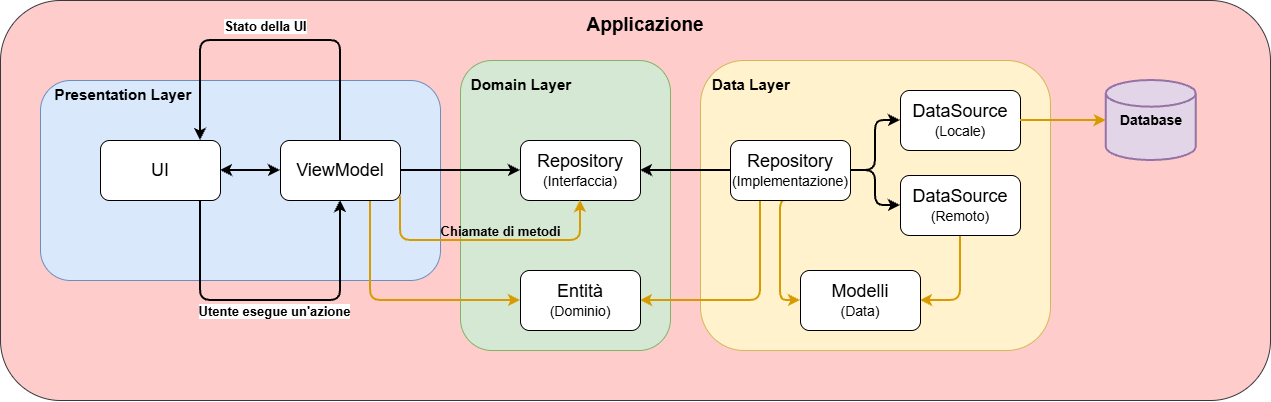
This is images/app-architecture.png from Scafu/CS_thesis, a draw.io export, as it was before one commit. Source tidied: cells renumbered, new cells last; positions are measured from the earlier drawing's top-left corner, leaving out a move shared by most shapes.
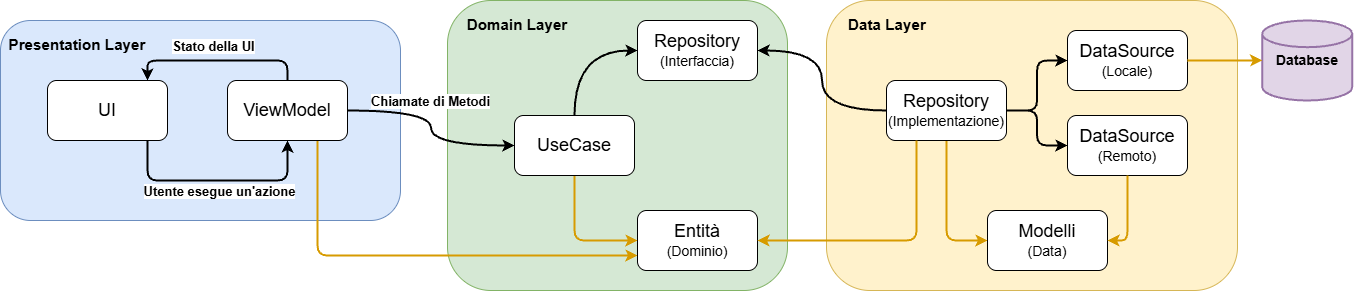
Later version of the same file.

Diff of the diagram source:
```diff
@@ -2,20 +2,17 @@
   <root>
     <mxCell id="0" />
     <mxCell id="1" parent="0" />
-    <mxCell id="2" style="rounded=1;whiteSpace=wrap;html=1;fillColor=#ffcccc;strokeColor=#36393d;" parent="1" vertex="1">
-      <mxGeometry width="1270" height="400" as="geometry" />
-    </mxCell>
     <mxCell id="3" style="rounded=1;whiteSpace=wrap;html=1;fillColor=#dae8fc;strokeColor=#6c8ebf;" parent="1" vertex="1">
-      <mxGeometry x="40" y="80" width="400" height="200" as="geometry" />
+      <mxGeometry x="53" y="80" width="400" height="200" as="geometry" />
     </mxCell>
     <mxCell id="4" style="rounded=1;whiteSpace=wrap;html=1;fillColor=#d5e8d4;strokeColor=#82b366;" parent="1" vertex="1">
-      <mxGeometry x="460" y="60" width="210" height="290" as="geometry" />
+      <mxGeometry x="500" y="60" width="340" height="290" as="geometry" />
     </mxCell>
     <mxCell id="5" style="edgeStyle=orthogonalEdgeStyle;rounded=1;jettySize=auto;html=1;entryX=0.5;entryY=1;entryDx=0;entryDy=0;curved=0;strokeWidth=2;" parent="1" edge="1" source="7" target="12">
       <mxGeometry relative="1" as="geometry">
         <Array as="points">
-          <mxPoint x="200" y="300" />
-          <mxPoint x="340" y="300" />
+          <mxPoint x="200" y="240" />
+          <mxPoint x="340" y="240" />
         </Array>
       </mxGeometry>
     </mxCell>
@@ -28,14 +25,14 @@
       <mxGeometry x="100" y="140" width="120" height="60" as="geometry" />
     </mxCell>
     <mxCell id="8" value="&lt;h3&gt;Presentation Layer&lt;/h3&gt;" style="text;html=1;whiteSpace=wrap;strokeColor=none;fillColor=none;align=center;verticalAlign=middle;rounded=0;fontSize=13;" parent="1" vertex="1">
-      <mxGeometry x="53" y="80" width="140" height="30" as="geometry" />
+      <mxGeometry x="60" y="90" width="140" height="30" as="geometry" />
     </mxCell>
     <mxCell id="9" style="edgeStyle=orthogonalEdgeStyle;rounded=1;jettySize=auto;html=1;strokeWidth=2;curved=0;" parent="1" edge="1" source="12">
       <mxGeometry relative="1" as="geometry">
         <mxPoint x="200" y="140" as="targetPoint" />
         <Array as="points">
-          <mxPoint x="340" y="40" />
-          <mxPoint x="200" y="40" />
+          <mxPoint x="340" y="120" />
+          <mxPoint x="200" y="120" />
         </Array>
       </mxGeometry>
     </mxCell>
@@ -44,91 +41,86 @@
         <mxPoint x="-3" y="-9" as="offset" />
       </mxGeometry>
     </mxCell>
-    <mxCell id="11" style="edgeStyle=orthogonalEdgeStyle;rounded=1;jettySize=auto;html=1;exitX=0.75;exitY=1;exitDx=0;exitDy=0;entryX=0;entryY=0.5;entryDx=0;entryDy=0;curved=0;fillColor=#ffe6cc;strokeColor=#d79b00;strokeWidth=2;" parent="1" edge="1" source="12" target="32">
+    <mxCell id="11" style="edgeStyle=orthogonalEdgeStyle;rounded=1;jettySize=auto;html=1;exitX=0.5;exitY=1;exitDx=0;exitDy=0;entryX=0;entryY=0.5;entryDx=0;entryDy=0;curved=0;fillColor=#ffe6cc;strokeColor=#d79b00;strokeWidth=2;" parent="1" edge="1" source="39" target="32">
       <mxGeometry relative="1" as="geometry" />
     </mxCell>
+    <mxCell id="35" style="edgeStyle=orthogonalEdgeStyle;rounded=1;jettySize=auto;html=1;exitX=0.75;exitY=1;exitDx=0;exitDy=0;entryX=0;entryY=0.75;entryDx=0;entryDy=0;curved=0;fillColor=#ffe6cc;strokeColor=#d79b00;strokeWidth=2;" parent="1" edge="1" source="12" target="32">
+      <mxGeometry relative="1" as="geometry" />
+    </mxCell>
     <mxCell id="12" value="&lt;font style=&quot;font-size: 18px;&quot;&gt;ViewModel&lt;/font&gt;" style="rounded=1;whiteSpace=wrap;html=1;" parent="1" vertex="1">
       <mxGeometry x="280" y="140" width="120" height="60" as="geometry" />
     </mxCell>
-    <mxCell id="13" style="endArrow=classic;startArrow=none;html=1;rounded=0;exitX=1;exitY=0.5;exitDx=0;exitDy=0;entryX=0;entryY=0.5;entryDx=0;entryDy=0;strokeWidth=2;endFill=1;startFill=0;" parent="1" edge="1" source="12" target="15">
+    <mxCell id="13" style="endArrow=classic;startArrow=none;html=1;rounded=0;exitX=0.5;exitY=0;exitDx=0;exitDy=0;entryX=0;entryY=0.5;entryDx=0;entryDy=0;strokeWidth=2;endFill=1;startFill=0;edgeStyle=orthogonalEdgeStyle;curved=1;" parent="1" edge="1" source="39" target="15">
       <mxGeometry relative="1" as="geometry" />
     </mxCell>
     <mxCell id="14" value="&lt;h3&gt;Domain Layer&lt;/h3&gt;" style="text;html=1;whiteSpace=wrap;strokeColor=none;fillColor=none;align=center;verticalAlign=middle;rounded=0;fontSize=13;" parent="1" vertex="1">
-      <mxGeometry x="451" y="70" width="140" height="30" as="geometry" />
+      <mxGeometry x="500" y="70" width="140" height="30" as="geometry" />
     </mxCell>
     <mxCell id="15" value="&lt;font style=&quot;&quot;&gt;&lt;span style=&quot;font-size: 18px;&quot;&gt;Repository&lt;/span&gt;&lt;br&gt;&lt;/font&gt;&lt;div&gt;&lt;font style=&quot;font-size: 14px;&quot;&gt;(Interfaccia)&lt;/font&gt;&lt;/div&gt;" style="rounded=1;whiteSpace=wrap;html=1;" parent="1" vertex="1">
-      <mxGeometry x="520" y="140" width="120" height="60" as="geometry" />
+      <mxGeometry x="690" y="80" width="120" height="60" as="geometry" />
     </mxCell>
-    <mxCell id="16" style="endArrow=classic;startArrow=classic;html=1;rounded=0;exitX=1;exitY=0.5;exitDx=0;exitDy=0;entryX=0;entryY=0.5;entryDx=0;entryDy=0;strokeWidth=2;" parent="1" edge="1" source="7" target="12">
-      <mxGeometry relative="1" as="geometry" />
-    </mxCell>
-    <mxCell id="17" style="edgeStyle=orthogonalEdgeStyle;rounded=1;jettySize=auto;html=1;entryX=0.5;entryY=1;entryDx=0;entryDy=0;fillColor=#ffe6cc;strokeColor=#d79b00;strokeWidth=2;curved=0;" parent="1" edge="1" target="15">
-      <mxGeometry relative="1" as="geometry">
-        <mxPoint x="400" y="196" as="sourcePoint" />
-        <Array as="points">
-          <mxPoint x="400" y="196" />
-          <mxPoint x="400" y="240" />
-          <mxPoint x="580" y="240" />
-        </Array>
-      </mxGeometry>
-    </mxCell>
-    <mxCell id="18" value="Chiamate di metodi" style="edgeLabel;html=1;align=center;verticalAlign=middle;fontStyle=1;labelBackgroundColor=none;fontSize=13;" parent="17" vertex="1">
-      <mxGeometry x="-0.01" y="-1" relative="1" as="geometry">
-        <mxPoint x="13" y="-11" as="offset" />
-      </mxGeometry>
-    </mxCell>
+    <mxCell id="32" value="&lt;font style=&quot;&quot;&gt;&lt;span style=&quot;font-size: 18px;&quot;&gt;Entità&lt;/span&gt;&lt;br&gt;&lt;/font&gt;&lt;div&gt;&lt;font style=&quot;font-size: 14px;&quot;&gt;(Dominio)&lt;/font&gt;&lt;/div&gt;" style="rounded=1;whiteSpace=wrap;html=1;" parent="1" vertex="1">
+      <mxGeometry x="690" y="270" width="120" height="60" as="geometry" />
+    </mxCell>
+    <mxCell id="36" style="group;" parent="1" vertex="1">
+      <mxGeometry x="890" y="60" width="514.8" height="290" as="geometry" />
+    </mxCell>
-    <mxCell id="19" style="rounded=1;whiteSpace=wrap;html=1;fillColor=#fff2cc;strokeColor=#d6b656;" parent="1" vertex="1">
-      <mxGeometry x="700" y="60" width="350" height="290" as="geometry" />
+    <mxCell id="19" style="rounded=1;whiteSpace=wrap;html=1;fillColor=#fff2cc;strokeColor=#d6b656;" parent="36" vertex="1">
+      <mxGeometry x="-11" width="411" height="290" as="geometry" />
     </mxCell>
-    <mxCell id="20" style="edgeStyle=orthogonalEdgeStyle;rounded=0;jettySize=auto;html=1;exitX=0;exitY=0.5;exitDx=0;exitDy=0;entryX=1;entryY=0.5;entryDx=0;entryDy=0;strokeWidth=2;" parent="1" edge="1" source="25" target="15">
-      <mxGeometry relative="1" as="geometry" />
-    </mxCell>
-    <mxCell id="21" style="edgeStyle=orthogonalEdgeStyle;rounded=1;jettySize=auto;html=1;exitX=1;exitY=0.5;exitDx=0;exitDy=0;entryX=0;entryY=0.5;entryDx=0;entryDy=0;startArrow=none;startFill=0;strokeWidth=2;curved=0;" parent="1" edge="1" source="25" target="27">
+    <mxCell id="21" style="edgeStyle=orthogonalEdgeStyle;rounded=1;jettySize=auto;html=1;exitX=1;exitY=0.5;exitDx=0;exitDy=0;entryX=0;entryY=0.5;entryDx=0;entryDy=0;startArrow=none;startFill=0;strokeWidth=2;curved=0;" parent="36" edge="1" source="25" target="27">
       <mxGeometry relative="1" as="geometry" />
     </mxCell>
-    <mxCell id="22" style="edgeStyle=orthogonalEdgeStyle;rounded=1;jettySize=auto;html=1;entryX=0;entryY=0.5;entryDx=0;entryDy=0;startArrow=none;startFill=0;strokeWidth=2;curved=0;" parent="1" edge="1" source="25" target="29">
-      <mxGeometry relative="1" as="geometry" />
-    </mxCell>
-    <mxCell id="23" style="edgeStyle=orthogonalEdgeStyle;rounded=1;jettySize=auto;html=1;exitX=0.5;exitY=1;exitDx=0;exitDy=0;entryX=0;entryY=0.5;entryDx=0;entryDy=0;strokeWidth=2;fillColor=#ffe6cc;strokeColor=#d79b00;curved=0;" parent="1" edge="1" source="25" target="33">
+    <mxCell id="23" style="edgeStyle=orthogonalEdgeStyle;rounded=1;jettySize=auto;html=1;exitX=0.5;exitY=1;exitDx=0;exitDy=0;entryX=0;entryY=0.5;entryDx=0;entryDy=0;strokeWidth=2;fillColor=#ffe6cc;strokeColor=#d79b00;curved=0;" parent="36" edge="1" source="25" target="33">
       <mxGeometry relative="1" as="geometry">
         <Array as="points">
-          <mxPoint x="780" y="200" />
-          <mxPoint x="780" y="300" />
+          <mxPoint x="109" y="240" />
         </Array>
       </mxGeometry>
     </mxCell>
-    <mxCell id="24" style="edgeStyle=orthogonalEdgeStyle;rounded=1;jettySize=auto;html=1;exitX=0.25;exitY=1;exitDx=0;exitDy=0;entryX=1;entryY=0.5;entryDx=0;entryDy=0;curved=0;strokeWidth=2;fillColor=#ffe6cc;strokeColor=#d79b00;" parent="1" edge="1" source="25" target="32">
-      <mxGeometry relative="1" as="geometry" />
-    </mxCell>
-    <mxCell id="25" value="&lt;font style=&quot;&quot;&gt;&lt;span style=&quot;font-size: 18px;&quot;&gt;Repository&lt;/span&gt;&lt;br&gt;&lt;/font&gt;&lt;div&gt;&lt;font style=&quot;font-size: 14px;&quot;&gt;(Implementazione)&lt;/font&gt;&lt;/div&gt;" style="rounded=1;whiteSpace=wrap;html=1;" parent="1" vertex="1">
-      <mxGeometry x="730" y="140" width="120" height="60" as="geometry" />
+    <mxCell id="25" value="&lt;font style=&quot;&quot;&gt;&lt;span style=&quot;font-size: 18px;&quot;&gt;Repository&lt;/span&gt;&lt;br&gt;&lt;/font&gt;&lt;div&gt;&lt;font style=&quot;font-size: 14px;&quot;&gt;(Implementazione)&lt;/font&gt;&lt;/div&gt;" style="rounded=1;whiteSpace=wrap;html=1;" parent="36" vertex="1">
+      <mxGeometry x="49" y="80" width="120" height="60" as="geometry" />
     </mxCell>
-    <mxCell id="26" value="&lt;h3&gt;Data Layer&lt;/h3&gt;" style="text;html=1;whiteSpace=wrap;strokeColor=none;fillColor=none;align=center;verticalAlign=middle;rounded=0;fontSize=13;" parent="1" vertex="1">
-      <mxGeometry x="681" y="70" width="140" height="30" as="geometry" />
+    <mxCell id="26" value="&lt;h3&gt;Data Layer&lt;/h3&gt;" style="text;html=1;whiteSpace=wrap;strokeColor=none;fillColor=none;align=center;verticalAlign=middle;rounded=0;fontSize=13;" parent="36" vertex="1">
+      <mxGeometry x="-20" y="10" width="140" height="30" as="geometry" />
     </mxCell>
-    <mxCell id="27" value="&lt;font style=&quot;&quot;&gt;&lt;span style=&quot;font-size: 18px;&quot;&gt;DataSource&lt;/span&gt;&lt;br&gt;&lt;/font&gt;&lt;div&gt;&lt;font style=&quot;font-size: 14px;&quot;&gt;(Locale)&lt;/font&gt;&lt;/div&gt;" style="rounded=1;whiteSpace=wrap;html=1;" parent="1" vertex="1">
-      <mxGeometry x="900" y="90" width="120" height="60" as="geometry" />
+    <mxCell id="27" value="&lt;font style=&quot;&quot;&gt;&lt;span style=&quot;font-size: 18px;&quot;&gt;DataSource&lt;/span&gt;&lt;br&gt;&lt;/font&gt;&lt;div&gt;&lt;font style=&quot;font-size: 14px;&quot;&gt;(Locale)&lt;/font&gt;&lt;/div&gt;" style="rounded=1;whiteSpace=wrap;html=1;" parent="36" vertex="1">
+      <mxGeometry x="230" y="30" width="120" height="60" as="geometry" />
     </mxCell>
-    <mxCell id="28" style="edgeStyle=orthogonalEdgeStyle;rounded=1;jettySize=auto;html=1;exitX=0.5;exitY=1;exitDx=0;exitDy=0;entryX=1;entryY=0.5;entryDx=0;entryDy=0;strokeWidth=2;fillColor=#ffe6cc;strokeColor=#d79b00;curved=0;" parent="1" edge="1" source="29" target="33">
-      <mxGeometry relative="1" as="geometry" />
-    </mxCell>
-    <mxCell id="29" value="&lt;font style=&quot;&quot;&gt;&lt;span style=&quot;font-size: 18px;&quot;&gt;DataSource&lt;/span&gt;&lt;br&gt;&lt;/font&gt;&lt;div&gt;&lt;font style=&quot;font-size: 14px;&quot;&gt;(Remoto)&lt;/font&gt;&lt;/div&gt;" style="rounded=1;whiteSpace=wrap;html=1;" parent="1" vertex="1">
-      <mxGeometry x="900" y="175" width="120" height="60" as="geometry" />
-    </mxCell>
-    <mxCell id="30" value="&lt;font style=&quot;font-size: 14px;&quot;&gt;&lt;b style=&quot;&quot;&gt;Database&lt;/b&gt;&lt;/font&gt;" style="strokeWidth=2;html=1;shape=mxgraph.flowchart.database;whiteSpace=wrap;fillColor=#e1d5e7;strokeColor=#9673a6;" parent="1" vertex="1">
-      <mxGeometry x="1105.8" y="80" width="90" height="80" as="geometry" />
+    <mxCell id="30" value="&lt;font style=&quot;font-size: 14px;&quot;&gt;&lt;b style=&quot;&quot;&gt;Database&lt;/b&gt;&lt;/font&gt;" style="strokeWidth=2;html=1;shape=mxgraph.flowchart.database;whiteSpace=wrap;fillColor=#e1d5e7;strokeColor=#9673a6;" parent="36" vertex="1">
+      <mxGeometry x="424.8" y="20" width="90" height="80" as="geometry" />
     </mxCell>
-    <mxCell id="31" style="edgeStyle=orthogonalEdgeStyle;rounded=0;jettySize=auto;html=1;exitX=1;exitY=0.5;exitDx=0;exitDy=0;entryX=0;entryY=0.5;entryDx=0;entryDy=0;entryPerimeter=0;startArrow=none;startFill=0;strokeWidth=2;fillColor=#ffe6cc;strokeColor=#d79b00;endArrow=classic;endFill=1;" parent="1" edge="1" source="27" target="30">
+    <mxCell id="31" style="edgeStyle=orthogonalEdgeStyle;rounded=0;jettySize=auto;html=1;exitX=1;exitY=0.5;exitDx=0;exitDy=0;entryX=0;entryY=0.5;entryDx=0;entryDy=0;entryPerimeter=0;startArrow=none;startFill=0;strokeWidth=2;fillColor=#ffe6cc;strokeColor=#d79b00;endArrow=classic;endFill=1;" parent="36" edge="1" source="27" target="30">
       <mxGeometry relative="1" as="geometry" />
     </mxCell>
-    <mxCell id="32" value="&lt;font style=&quot;&quot;&gt;&lt;span style=&quot;font-size: 18px;&quot;&gt;Entità&lt;/span&gt;&lt;br&gt;&lt;/font&gt;&lt;div&gt;&lt;font style=&quot;font-size: 14px;&quot;&gt;(Dominio)&lt;/font&gt;&lt;/div&gt;" style="rounded=1;whiteSpace=wrap;html=1;" parent="1" vertex="1">
-      <mxGeometry x="520" y="270" width="120" height="60" as="geometry" />
-    </mxCell>
-    <mxCell id="33" value="&lt;font style=&quot;&quot;&gt;&lt;span style=&quot;font-size: 18px;&quot;&gt;Modelli&lt;/span&gt;&lt;br&gt;&lt;/font&gt;&lt;div&gt;&lt;font style=&quot;font-size: 14px;&quot;&gt;(Data)&lt;/font&gt;&lt;/div&gt;" style="rounded=1;whiteSpace=wrap;html=1;" parent="1" vertex="1">
-      <mxGeometry x="800" y="270" width="120" height="60" as="geometry" />
+    <mxCell id="33" value="&lt;font style=&quot;&quot;&gt;&lt;span style=&quot;font-size: 18px;&quot;&gt;Modelli&lt;/span&gt;&lt;br&gt;&lt;/font&gt;&lt;div&gt;&lt;font style=&quot;font-size: 14px;&quot;&gt;(Data)&lt;/font&gt;&lt;/div&gt;" style="rounded=1;whiteSpace=wrap;html=1;" parent="36" vertex="1">
+      <mxGeometry x="150" y="210" width="120" height="60" as="geometry" />
     </mxCell>
-    <mxCell id="34" value="&lt;font style=&quot;font-size: 19px;&quot;&gt;&lt;b&gt;Applicazione&lt;/b&gt;&lt;/font&gt;" style="text;html=1;whiteSpace=wrap;strokeColor=none;fillColor=none;align=center;verticalAlign=middle;rounded=0;" parent="1" vertex="1">
-      <mxGeometry x="550" y="10" width="190" height="30" as="geometry" />
-    </mxCell>
+    <mxCell id="29" value="&lt;font style=&quot;&quot;&gt;&lt;span style=&quot;font-size: 18px;&quot;&gt;DataSource&lt;/span&gt;&lt;br&gt;&lt;/font&gt;&lt;div&gt;&lt;font style=&quot;font-size: 14px;&quot;&gt;(Remoto)&lt;/font&gt;&lt;/div&gt;" style="rounded=1;whiteSpace=wrap;html=1;" parent="36" vertex="1">
+      <mxGeometry x="230" y="115" width="120" height="60" as="geometry" />
+    </mxCell>
+    <mxCell id="22" style="edgeStyle=orthogonalEdgeStyle;rounded=1;jettySize=auto;html=1;entryX=0;entryY=0.5;entryDx=0;entryDy=0;startArrow=none;startFill=0;strokeWidth=2;curved=0;" parent="36" edge="1" source="25" target="29">
+      <mxGeometry relative="1" as="geometry" />
+    </mxCell>
+    <mxCell id="28" style="edgeStyle=orthogonalEdgeStyle;rounded=1;jettySize=auto;html=1;exitX=0.5;exitY=1;exitDx=0;exitDy=0;entryX=1;entryY=0.5;entryDx=0;entryDy=0;strokeWidth=2;fillColor=#ffe6cc;strokeColor=#d79b00;curved=0;" parent="36" edge="1" source="29" target="33">
+      <mxGeometry relative="1" as="geometry" />
+    </mxCell>
+    <mxCell id="37" style="endArrow=classic;startArrow=none;html=1;rounded=0;exitX=1;exitY=0.5;exitDx=0;exitDy=0;entryX=0;entryY=0.5;entryDx=0;entryDy=0;strokeWidth=2;endFill=1;startFill=0;edgeStyle=orthogonalEdgeStyle;curved=1;" parent="1" edge="1" source="12" target="39">
+      <mxGeometry relative="1" as="geometry" />
+    </mxCell>
+    <mxCell id="38" value="&lt;b&gt;&lt;font style=&quot;font-size: 13px;&quot;&gt;Chiamate di Metodi&lt;/font&gt;&lt;/b&gt;" style="edgeLabel;html=1;align=center;verticalAlign=middle;" parent="37" vertex="1">
+      <mxGeometry x="0.05" y="1" relative="1" as="geometry">
+        <mxPoint x="-2" y="-32" as="offset" />
+      </mxGeometry>
+    </mxCell>
+    <mxCell id="39" value="&lt;span style=&quot;font-size: 18px;&quot;&gt;UseCase&lt;/span&gt;" style="rounded=1;whiteSpace=wrap;html=1;" parent="1" vertex="1">
+      <mxGeometry x="567" y="175" width="120" height="60" as="geometry" />
+    </mxCell>
+    <mxCell id="20" style="edgeStyle=orthogonalEdgeStyle;rounded=0;jettySize=auto;html=1;exitX=0;exitY=0.5;exitDx=0;exitDy=0;entryX=1;entryY=0.5;entryDx=0;entryDy=0;strokeWidth=2;curved=1;" parent="1" edge="1" source="25" target="15">
+      <mxGeometry relative="1" as="geometry" />
+    </mxCell>
+    <mxCell id="24" style="edgeStyle=orthogonalEdgeStyle;rounded=1;jettySize=auto;html=1;exitX=0.25;exitY=1;exitDx=0;exitDy=0;entryX=1;entryY=0.5;entryDx=0;entryDy=0;curved=0;strokeWidth=2;fillColor=#ffe6cc;strokeColor=#d79b00;" parent="1" edge="1" source="25" target="32">
+      <mxGeometry relative="1" as="geometry" />
+    </mxCell>
   </root>
 </mxGraphModel>
```
